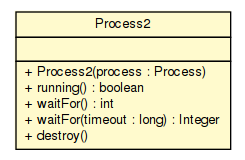
sorcersoft/sorcersoft.github.io keeps this Graphviz diagram as apidocs/sorcer/util/Process2.png. Above is the earlier version. Its source is kept beside it as apidocs/sorcer/util/Process2.dot.
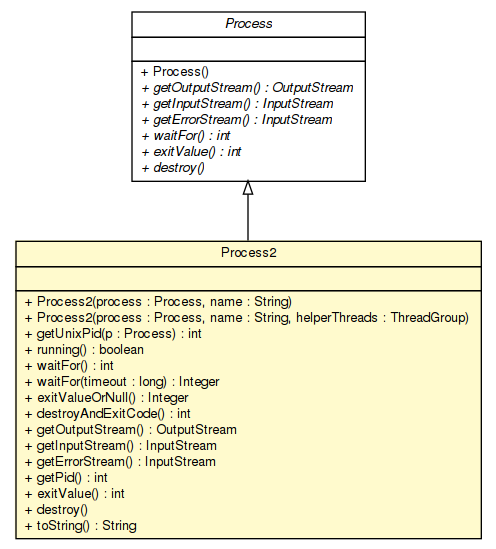
Later version of the same file.

Diff of the diagram source:
```diff
@@ -4,7 +4,7 @@
 	node [fontname="Helvetica",fontsize=10,shape=plaintext];
 	nodesep=0.25;
 	ranksep=0.5;
-	c245797 [label=<<table title="sorcer.util.Process2" border="0" cellborder="1" cellspacing="0" cellpadding="2" port="p" bgcolor="lemonChiffon" href="./Process2.html">
+	c344748 [label=<<table title="sorcer.util.Process2" border="0" cellborder="1" cellspacing="0" cellpadding="2" port="p" bgcolor="lemonChiffon" href="./Process2.html">
 		<tr><td><table border="0" cellspacing="0" cellpadding="1">
 <tr><td align="center" balign="center"> Process2 </td></tr>
 		</table></td></tr>
@@ -12,11 +12,39 @@
 <tr><td align="left" balign="left">  </td></tr>
 		</table></td></tr>
 		<tr><td><table border="0" cellspacing="0" cellpadding="1">
-<tr><td align="left" balign="left"> + Process2(process : Process) </td></tr>
+<tr><td align="left" balign="left"> + Process2(process : Process, name : String) </td></tr>
+<tr><td align="left" balign="left"> + Process2(process : Process, name : String, helperThreads : ThreadGroup) </td></tr>
+<tr><td align="left" balign="left"> + getUnixPid(p : Process) : int </td></tr>
 <tr><td align="left" balign="left"> + running() : boolean </td></tr>
 <tr><td align="left" balign="left"> + waitFor() : int </td></tr>
 <tr><td align="left" balign="left"> + waitFor(timeout : long) : Integer </td></tr>
+<tr><td align="left" balign="left"> + exitValueOrNull() : Integer </td></tr>
+<tr><td align="left" balign="left"> + destroyAndExitCode() : int </td></tr>
+<tr><td align="left" balign="left"> + getOutputStream() : OutputStream </td></tr>
+<tr><td align="left" balign="left"> + getInputStream() : InputStream </td></tr>
+<tr><td align="left" balign="left"> + getErrorStream() : InputStream </td></tr>
+<tr><td align="left" balign="left"> + getPid() : int </td></tr>
+<tr><td align="left" balign="left"> + exitValue() : int </td></tr>
 <tr><td align="left" balign="left"> + destroy() </td></tr>
+<tr><td align="left" balign="left"> + toString() : String </td></tr>
 		</table></td></tr>
 		</table>>, URL="./Process2.html", fontname="Helvetica", fontcolor="black", fontsize=10.0];
+	c345397:p -> c344748:p [dir=back,arrowtail=empty];
+	c345397 [label=<<table title="java.lang.Process" border="0" cellborder="1" cellspacing="0" cellpadding="2" port="p" href="http://docs.oracle.com/javase/7/docs/api/java/lang/Process.html">
+		<tr><td><table border="0" cellspacing="0" cellpadding="1">
+<tr><td align="center" balign="center"><font face="Helvetica-Oblique"> Process </font></td></tr>
+		</table></td></tr>
+		<tr><td><table border="0" cellspacing="0" cellpadding="1">
+<tr><td align="left" balign="left">  </td></tr>
+		</table></td></tr>
+		<tr><td><table border="0" cellspacing="0" cellpadding="1">
+<tr><td align="left" balign="left"> + Process() </td></tr>
+<tr><td align="left" balign="left"><font face="Helvetica-Oblique" point-size="10.0"> + getOutputStream() : OutputStream </font></td></tr>
+<tr><td align="left" balign="left"><font face="Helvetica-Oblique" point-size="10.0"> + getInputStream() : InputStream </font></td></tr>
+<tr><td align="left" balign="left"><font face="Helvetica-Oblique" point-size="10.0"> + getErrorStream() : InputStream </font></td></tr>
+<tr><td align="left" balign="left"><font face="Helvetica-Oblique" point-size="10.0"> + waitFor() : int </font></td></tr>
+<tr><td align="left" balign="left"><font face="Helvetica-Oblique" point-size="10.0"> + exitValue() : int </font></td></tr>
+<tr><td align="left" balign="left"><font face="Helvetica-Oblique" point-size="10.0"> + destroy() </font></td></tr>
+		</table></td></tr>
+		</table>>, URL="http://docs.oracle.com/javase/7/docs/api/java/lang/Process.html", fontname="Helvetica", fontcolor="black", fontsize=10.0];
 }
```
